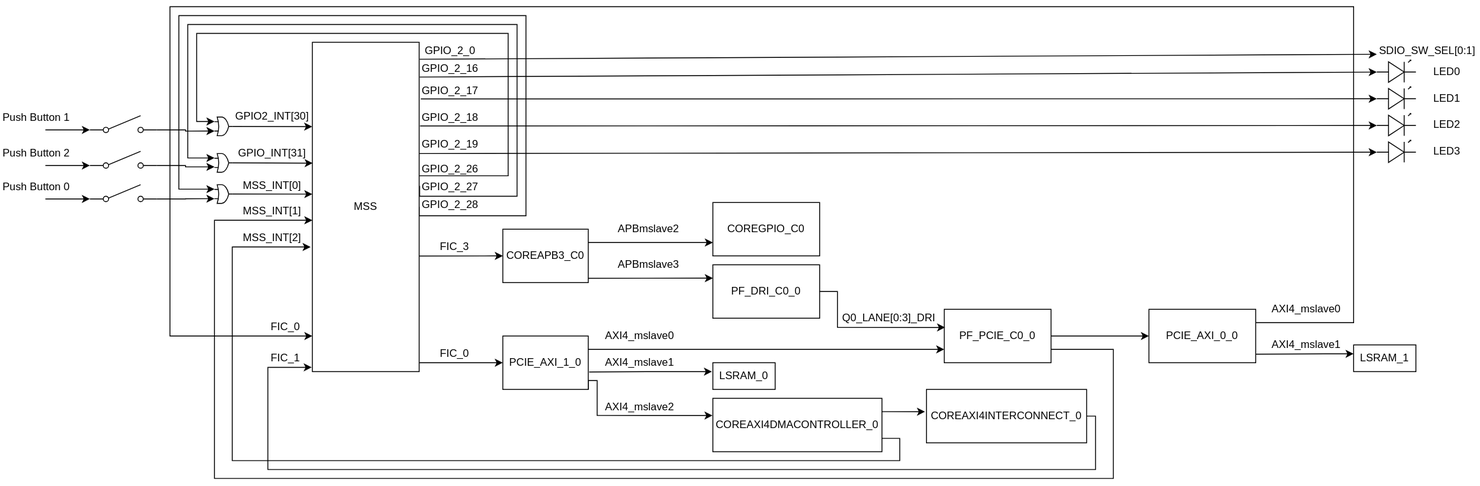
This is block_diagram.svg from polarfire-soc/icicle-kit-reference-design, a draw.io export, as it was before one commit. Source tidied: cells renumbered, new cells last; positions are measured from the earlier drawing's top-left corner, leaving out a move shared by most shapes.
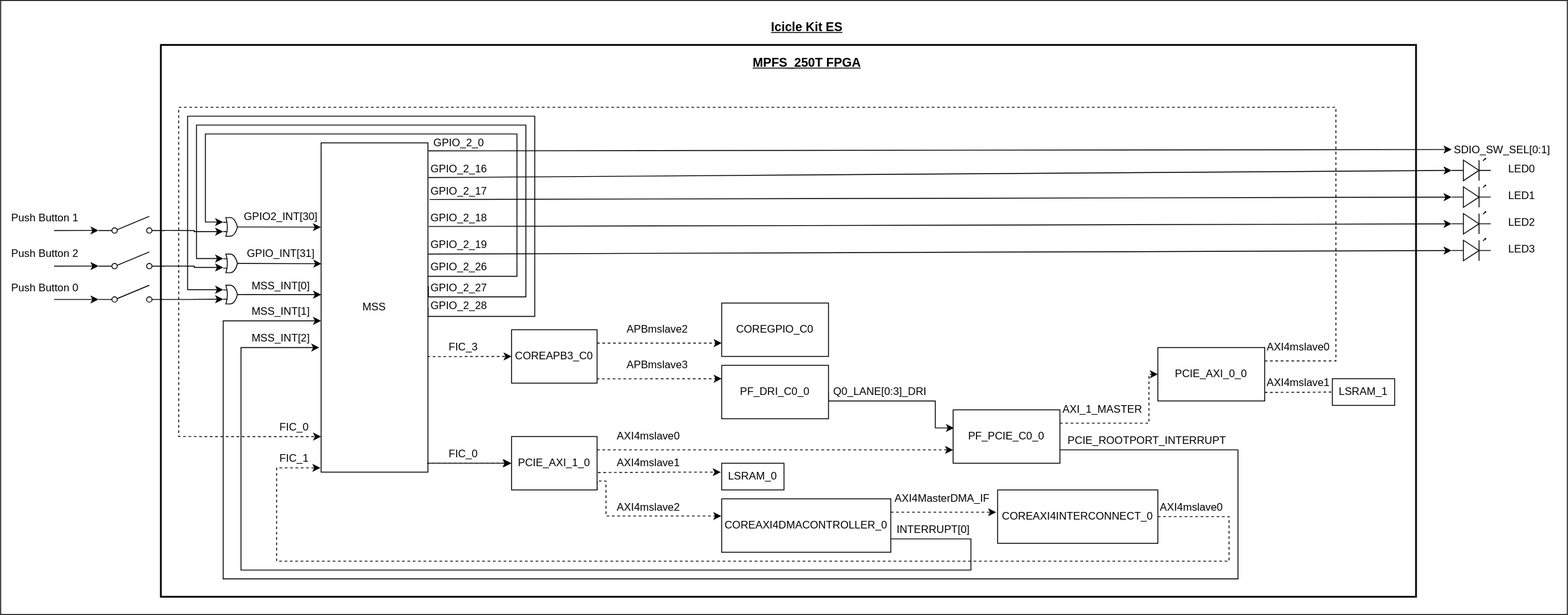
The same diagram one commit later.

Commit message:
Updated block diagram signal names and added border for SoC FPGA and board

What changed in the source:
```diff
@@ -4,2 +4,8 @@
     <mxCell id="1" parent="0" />
+    <mxCell id="89" style="rounded=0;whiteSpace=wrap;html=1;" parent="1" vertex="1">
+      <mxGeometry x="-10" y="-120" width="1760" height="690" as="geometry" />
+    </mxCell>
+    <mxCell id="90" style="rounded=0;whiteSpace=wrap;html=1;strokeWidth=2;" parent="1" vertex="1">
+      <mxGeometry x="170" y="-70" width="1410" height="620" as="geometry" />
+    </mxCell>
     <mxCell id="2" style="edgeStyle=orthogonalEdgeStyle;rounded=0;jettySize=auto;html=1;exitX=1;exitY=0.75;exitDx=0;exitDy=0;entryX=0;entryY=0.5;entryDx=0;entryDy=0;" parent="1" edge="1" target="15">
@@ -9,3 +15,3 @@
     </mxCell>
-    <mxCell id="3" style="edgeStyle=none;rounded=0;jettySize=auto;html=1;entryX=0;entryY=0.5;entryDx=0;entryDy=0;exitX=0.995;exitY=0.649;exitDx=0;exitDy=0;exitPerimeter=0;" parent="1" edge="1" source="11" target="33">
+    <mxCell id="3" style="edgeStyle=none;rounded=0;jettySize=auto;html=1;entryX=0;entryY=0.5;entryDx=0;entryDy=0;exitX=0.995;exitY=0.649;exitDx=0;exitDy=0;exitPerimeter=0;dashed=1;" parent="1" edge="1" source="11" target="33">
       <mxGeometry relative="1" as="geometry" />
@@ -64,6 +70,6 @@
     </mxCell>
-    <mxCell id="12" style="edgeStyle=none;rounded=0;jettySize=auto;html=1;exitX=1;exitY=0.25;exitDx=0;exitDy=0;entryX=0;entryY=0.75;entryDx=0;entryDy=0;" parent="1" edge="1" source="15" target="19">
+    <mxCell id="12" style="edgeStyle=none;rounded=0;jettySize=auto;html=1;exitX=1;exitY=0.25;exitDx=0;exitDy=0;entryX=0;entryY=0.75;entryDx=0;entryDy=0;dashed=1;" parent="1" edge="1" source="15" target="19">
       <mxGeometry relative="1" as="geometry" />
     </mxCell>
-    <mxCell id="13" style="edgeStyle=none;rounded=0;jettySize=auto;html=1;exitX=1.011;exitY=0.674;exitDx=0;exitDy=0;exitPerimeter=0;" parent="1" edge="1" source="15">
+    <mxCell id="13" style="edgeStyle=none;rounded=0;jettySize=auto;html=1;exitX=1.011;exitY=0.674;exitDx=0;exitDy=0;exitPerimeter=0;dashed=1;" parent="1" edge="1" source="15">
       <mxGeometry relative="1" as="geometry">
@@ -75,3 +81,3 @@
     </mxCell>
-    <mxCell id="14" style="edgeStyle=orthogonalEdgeStyle;rounded=0;jettySize=auto;html=1;exitX=1;exitY=1;exitDx=0;exitDy=0;entryX=-0.002;entryY=0.322;entryDx=0;entryDy=0;entryPerimeter=0;" parent="1" edge="1" source="15" target="25">
+    <mxCell id="14" style="edgeStyle=orthogonalEdgeStyle;rounded=0;jettySize=auto;html=1;exitX=1;exitY=1;exitDx=0;exitDy=0;entryX=-0.002;entryY=0.322;entryDx=0;entryDy=0;entryPerimeter=0;dashed=1;" parent="1" edge="1" source="15" target="25">
       <mxGeometry relative="1" as="geometry">
@@ -90,16 +96,21 @@
     </mxCell>
+    <mxCell id="18" style="edgeStyle=orthogonalEdgeStyle;rounded=0;jettySize=auto;html=1;exitX=1;exitY=0.75;exitDx=0;exitDy=0;" parent="1" edge="1" source="19">
+      <mxGeometry relative="1" as="geometry">
+        <mxPoint x="350" y="240" as="targetPoint" />
+        <Array as="points">
+          <mxPoint x="1380" y="385" />
+          <mxPoint x="1380" y="530" />
+          <mxPoint x="240" y="530" />
+          <mxPoint x="240" y="240" />
+        </Array>
+      </mxGeometry>
+    </mxCell>
-    <mxCell id="17" style="edgeStyle=none;rounded=0;jettySize=auto;html=1;exitX=1;exitY=0.5;exitDx=0;exitDy=0;entryX=0;entryY=0.5;entryDx=0;entryDy=0;" parent="1" edge="1" source="19" target="42">
-      <mxGeometry relative="1" as="geometry" />
+    <mxCell id="17" style="edgeStyle=orthogonalEdgeStyle;rounded=0;jettySize=auto;html=1;exitX=1;exitY=0.25;exitDx=0;exitDy=0;entryX=0;entryY=0.5;entryDx=0;entryDy=0;dashed=1;" parent="1" edge="1" source="19" target="42">
+      <mxGeometry relative="1" as="geometry">
+        <Array as="points">
+          <mxPoint x="1280" y="355" />
+          <mxPoint x="1280" y="300" />
+        </Array>
+      </mxGeometry>
     </mxCell>
-    <mxCell id="18" style="edgeStyle=orthogonalEdgeStyle;rounded=0;jettySize=auto;html=1;exitX=1;exitY=0.75;exitDx=0;exitDy=0;" parent="1" edge="1" source="19">
-      <mxGeometry relative="1" as="geometry">
-        <mxPoint x="350" y="240" as="targetPoint" />
-        <Array as="points">
-          <mxPoint x="1250" y="385" />
-          <mxPoint x="1250" y="530" />
-          <mxPoint x="240" y="530" />
-          <mxPoint x="240" y="240" />
-        </Array>
-      </mxGeometry>
-    </mxCell>
     <mxCell id="19" value="PF_PCIE_C0_0" style="rounded=0;whiteSpace=wrap;html=1;" parent="1" vertex="1">
@@ -107,3 +118,3 @@
     </mxCell>
-    <mxCell id="20" value="AXI4_mslave0" style="text;html=1;strokeColor=none;fillColor=none;align=center;verticalAlign=middle;whiteSpace=wrap;rounded=0;" parent="1" vertex="1">
+    <mxCell id="20" value="AXI4mslave0" style="text;html=1;strokeColor=none;fillColor=none;align=center;verticalAlign=middle;whiteSpace=wrap;rounded=0;" parent="1" vertex="1">
       <mxGeometry x="680" y="360" width="76" height="20" as="geometry" />
@@ -113,6 +124,6 @@
     </mxCell>
-    <mxCell id="22" value="AXI4_mslave1" style="text;html=1;strokeColor=none;fillColor=none;align=center;verticalAlign=middle;whiteSpace=wrap;rounded=0;" parent="1" vertex="1">
+    <mxCell id="22" value="AXI4mslave1" style="text;html=1;strokeColor=none;fillColor=none;align=center;verticalAlign=middle;whiteSpace=wrap;rounded=0;" parent="1" vertex="1">
       <mxGeometry x="680" y="390" width="76" height="20" as="geometry" />
     </mxCell>
-    <mxCell id="23" style="edgeStyle=orthogonalEdgeStyle;rounded=0;jettySize=auto;html=1;exitX=1;exitY=0.25;exitDx=0;exitDy=0;entryX=-0.009;entryY=0.417;entryDx=0;entryDy=0;entryPerimeter=0;" parent="1" edge="1" source="25" target="28">
+    <mxCell id="23" style="edgeStyle=orthogonalEdgeStyle;rounded=0;jettySize=auto;html=1;exitX=1;exitY=0.25;exitDx=0;exitDy=0;entryX=-0.009;entryY=0.417;entryDx=0;entryDy=0;entryPerimeter=0;dashed=1;" parent="1" edge="1" source="25" target="28">
       <mxGeometry relative="1" as="geometry" />
@@ -123,5 +134,5 @@
         <Array as="points">
-          <mxPoint x="1010" y="485" />
-          <mxPoint x="1010" y="510" />
-          <mxPoint x="260" y="510" />
+          <mxPoint x="1080" y="485" />
+          <mxPoint x="1080" y="520" />
+          <mxPoint x="260" y="520" />
           <mxPoint x="260" y="270" />
@@ -133,12 +144,12 @@
     </mxCell>
-    <mxCell id="26" value="AXI4_mslave2" style="text;html=1;strokeColor=none;fillColor=none;align=center;verticalAlign=middle;whiteSpace=wrap;rounded=0;" parent="1" vertex="1">
+    <mxCell id="26" value="AXI4mslave2" style="text;html=1;strokeColor=none;fillColor=none;align=center;verticalAlign=middle;whiteSpace=wrap;rounded=0;" parent="1" vertex="1">
       <mxGeometry x="680" y="440" width="76" height="20" as="geometry" />
     </mxCell>
-    <mxCell id="27" style="edgeStyle=orthogonalEdgeStyle;rounded=0;jettySize=auto;html=1;exitX=1;exitY=0.5;exitDx=0;exitDy=0;entryX=-0.006;entryY=0.987;entryDx=0;entryDy=0;entryPerimeter=0;" parent="1" edge="1" source="28" target="11">
+    <mxCell id="27" style="edgeStyle=orthogonalEdgeStyle;rounded=0;jettySize=auto;html=1;exitX=1;exitY=0.5;exitDx=0;exitDy=0;entryX=-0.006;entryY=0.987;entryDx=0;entryDy=0;entryPerimeter=0;dashed=1;" parent="1" edge="1" source="28" target="11">
       <mxGeometry relative="1" as="geometry">
         <Array as="points">
-          <mxPoint x="1230" y="460" />
-          <mxPoint x="1230" y="520" />
-          <mxPoint x="300" y="520" />
-          <mxPoint x="300" y="406" />
+          <mxPoint x="1370" y="460" />
+          <mxPoint x="1370" y="510" />
+          <mxPoint x="300" y="510" />
+          <mxPoint x="300" y="405" />
         </Array>
@@ -147,3 +158,3 @@
     <mxCell id="28" value="COREAXI4INTERCONNECT_0" style="rounded=0;whiteSpace=wrap;html=1;" parent="1" vertex="1">
-      <mxGeometry x="1040" y="430" width="180" height="60" as="geometry" />
+      <mxGeometry x="1110" y="430" width="180" height="60" as="geometry" />
     </mxCell>
@@ -155,6 +166,6 @@
     </mxCell>
-    <mxCell id="31" style="edgeStyle=none;rounded=0;jettySize=auto;html=1;entryX=0;entryY=0.25;entryDx=0;entryDy=0;exitX=0.996;exitY=0.919;exitDx=0;exitDy=0;exitPerimeter=0;" parent="1" edge="1" source="33" target="36">
+    <mxCell id="31" style="edgeStyle=none;rounded=0;jettySize=auto;html=1;entryX=0;entryY=0.25;entryDx=0;entryDy=0;exitX=0.996;exitY=0.919;exitDx=0;exitDy=0;exitPerimeter=0;dashed=1;" parent="1" edge="1" source="33" target="36">
       <mxGeometry relative="1" as="geometry" />
     </mxCell>
-    <mxCell id="32" style="edgeStyle=none;rounded=0;jettySize=auto;html=1;exitX=1;exitY=0.25;exitDx=0;exitDy=0;entryX=0;entryY=0.75;entryDx=0;entryDy=0;" parent="1" edge="1" source="33" target="39">
+    <mxCell id="32" style="edgeStyle=none;rounded=0;jettySize=auto;html=1;exitX=1;exitY=0.25;exitDx=0;exitDy=0;entryX=0;entryY=0.75;entryDx=0;entryDy=0;dashed=1;" parent="1" edge="1" source="33" target="39">
       <mxGeometry relative="1" as="geometry" />
@@ -170,4 +181,5 @@
         <Array as="points">
-          <mxPoint x="940" y="320" />
-          <mxPoint x="940" y="360" />
+          <mxPoint x="920" y="330" />
+          <mxPoint x="1040" y="330" />
+          <mxPoint x="1040" y="360" />
         </Array>
@@ -182,3 +194,3 @@
     <mxCell id="38" value="Q0_LANE[0:3]_DRI" style="text;html=1;strokeColor=none;fillColor=none;align=center;verticalAlign=middle;whiteSpace=wrap;rounded=0;" parent="1" vertex="1">
-      <mxGeometry x="960" y="340" width="76" height="20" as="geometry" />
+      <mxGeometry x="940" y="310" width="76" height="20" as="geometry" />
     </mxCell>
@@ -190,21 +202,8 @@
     </mxCell>
-    <mxCell id="41" style="edgeStyle=orthogonalEdgeStyle;rounded=0;jettySize=auto;html=1;exitX=1;exitY=0.25;exitDx=0;exitDy=0;" parent="1" edge="1" source="42" target="11">
-      <mxGeometry relative="1" as="geometry">
-        <Array as="points">
-          <mxPoint x="1520" y="355" />
-          <mxPoint x="1520" />
-          <mxPoint x="190" />
-          <mxPoint x="190" y="370" />
-        </Array>
-      </mxGeometry>
-    </mxCell>
-    <mxCell id="42" value="PCIE_AXI_0_0" style="rounded=0;whiteSpace=wrap;html=1;" parent="1" vertex="1">
-      <mxGeometry x="1290" y="340" width="120" height="60" as="geometry" />
-    </mxCell>
-    <mxCell id="43" style="edgeStyle=none;rounded=0;orthogonalLoop=1;jettySize=auto;html=1;exitX=1.011;exitY=0.674;exitDx=0;exitDy=0;exitPerimeter=0;" parent="1" edge="1">
+    <mxCell id="43" style="edgeStyle=none;rounded=0;orthogonalLoop=1;jettySize=auto;html=1;exitX=1.011;exitY=0.674;exitDx=0;exitDy=0;exitPerimeter=0;dashed=1;" parent="1" edge="1">
       <mxGeometry relative="1" as="geometry">
-        <mxPoint x="1410" y="390.4" as="sourcePoint" />
-        <mxPoint x="1520" y="390" as="targetPoint" />
+        <mxPoint x="1410" y="320.4" as="sourcePoint" />
+        <mxPoint x="1520" y="320" as="targetPoint" />
         <Array as="points">
-          <mxPoint x="1488.9" y="390" />
+          <mxPoint x="1488.9" y="320" />
         </Array>
@@ -213,10 +212,7 @@
     <mxCell id="44" value="LSRAM_1" style="rounded=0;whiteSpace=wrap;html=1;" parent="1" vertex="1">
-      <mxGeometry x="1520" y="380" width="70" height="30" as="geometry" />
+      <mxGeometry x="1486" y="305" width="70" height="30" as="geometry" />
     </mxCell>
-    <mxCell id="45" value="AXI4_mslave1" style="text;html=1;strokeColor=none;fillColor=none;align=center;verticalAlign=middle;whiteSpace=wrap;rounded=0;" parent="1" vertex="1">
-      <mxGeometry x="1428.9" y="370" width="76" height="20" as="geometry" />
+    <mxCell id="45" value="AXI4mslave1" style="text;html=1;strokeColor=none;fillColor=none;align=center;verticalAlign=middle;whiteSpace=wrap;rounded=0;" parent="1" vertex="1">
+      <mxGeometry x="1410" y="300" width="76" height="20" as="geometry" />
     </mxCell>
-    <mxCell id="46" value="AXI4_mslave0" style="text;html=1;strokeColor=none;fillColor=none;align=center;verticalAlign=middle;whiteSpace=wrap;rounded=0;" parent="1" vertex="1">
-      <mxGeometry x="1428.9" y="330" width="76" height="20" as="geometry" />
-    </mxCell>
     <mxCell id="47" value="FIC_0" style="text;html=1;strokeColor=none;fillColor=none;align=center;verticalAlign=middle;whiteSpace=wrap;rounded=0;" parent="1" vertex="1">
@@ -225,12 +221,12 @@
     <mxCell id="48" style="verticalLabelPosition=bottom;shadow=0;dashed=0;align=center;html=1;verticalAlign=top;shape=mxgraph.electrical.opto_electronics.led_1;" parent="1" vertex="1">
-      <mxGeometry x="1546" y="60" width="44" height="25" as="geometry" />
+      <mxGeometry x="1620" y="57.5" width="44" height="25" as="geometry" />
     </mxCell>
     <mxCell id="49" style="verticalLabelPosition=bottom;shadow=0;dashed=0;align=center;html=1;verticalAlign=top;shape=mxgraph.electrical.opto_electronics.led_1;" parent="1" vertex="1">
-      <mxGeometry x="1546" y="90" width="44" height="25" as="geometry" />
+      <mxGeometry x="1620" y="87.5" width="44" height="25" as="geometry" />
     </mxCell>
     <mxCell id="50" style="verticalLabelPosition=bottom;shadow=0;dashed=0;align=center;html=1;verticalAlign=top;shape=mxgraph.electrical.opto_electronics.led_1;" parent="1" vertex="1">
-      <mxGeometry x="1546" y="120" width="44" height="25" as="geometry" />
+      <mxGeometry x="1620" y="117.5" width="44" height="25" as="geometry" />
     </mxCell>
     <mxCell id="51" style="verticalLabelPosition=bottom;shadow=0;dashed=0;align=center;html=1;verticalAlign=top;shape=mxgraph.electrical.opto_electronics.led_1;" parent="1" vertex="1">
-      <mxGeometry x="1546" y="150" width="44" height="25" as="geometry" />
+      <mxGeometry x="1620" y="147.5" width="44" height="25" as="geometry" />
     </mxCell>
@@ -249,12 +245,12 @@
     <mxCell id="56" value="LED0" style="text;html=1;strokeColor=none;fillColor=none;align=center;verticalAlign=middle;whiteSpace=wrap;rounded=0;" parent="1" vertex="1">
-      <mxGeometry x="1590" y="62.5" width="70" height="20" as="geometry" />
+      <mxGeometry x="1664" y="60" width="70" height="20" as="geometry" />
     </mxCell>
     <mxCell id="57" value="LED1" style="text;html=1;strokeColor=none;fillColor=none;align=center;verticalAlign=middle;whiteSpace=wrap;rounded=0;" parent="1" vertex="1">
-      <mxGeometry x="1590" y="92.5" width="70" height="20" as="geometry" />
+      <mxGeometry x="1664" y="90" width="70" height="20" as="geometry" />
     </mxCell>
     <mxCell id="58" value="LED2" style="text;html=1;strokeColor=none;fillColor=none;align=center;verticalAlign=middle;whiteSpace=wrap;rounded=0;" parent="1" vertex="1">
-      <mxGeometry x="1590" y="122.5" width="70" height="20" as="geometry" />
+      <mxGeometry x="1664" y="120" width="70" height="20" as="geometry" />
     </mxCell>
     <mxCell id="59" value="LED3" style="text;html=1;strokeColor=none;fillColor=none;align=center;verticalAlign=middle;whiteSpace=wrap;rounded=0;" parent="1" vertex="1">
-      <mxGeometry x="1590" y="152.5" width="70" height="20" as="geometry" />
+      <mxGeometry x="1664" y="150" width="70" height="20" as="geometry" />
     </mxCell>
@@ -270,3 +266,3 @@
     <mxCell id="63" value="GPIO_2_26" style="text;html=1;strokeColor=none;fillColor=none;align=center;verticalAlign=middle;whiteSpace=wrap;rounded=0;" parent="1" vertex="1">
-      <mxGeometry x="470" y="172.5" width="70" height="20" as="geometry" />
+      <mxGeometry x="470" y="170" width="70" height="20" as="geometry" />
     </mxCell>
@@ -346,13 +342,54 @@
     </mxCell>
-    <mxCell id="86" style="edgeStyle=none;rounded=0;jettySize=auto;html=1;exitX=0.008;exitY=0.952;exitDx=0;exitDy=0;entryX=0;entryY=0.54;entryDx=0;entryDy=0;entryPerimeter=0;exitPerimeter=0;" parent="1" edge="1" source="87">
-      <mxGeometry relative="1" as="geometry">
-        <mxPoint x="1546" y="53.5" as="targetPoint" />
-      </mxGeometry>
+    <mxCell id="86" style="edgeStyle=none;rounded=0;jettySize=auto;html=1;exitX=0.008;exitY=0.952;exitDx=0;exitDy=0;exitPerimeter=0;entryX=0;entryY=0.5;entryDx=0;entryDy=0;" parent="1" edge="1" source="87" target="88">
+      <mxGeometry relative="1" as="geometry" />
     </mxCell>
     <mxCell id="87" value="GPIO_2_0" style="text;html=1;strokeColor=none;fillColor=none;align=center;verticalAlign=middle;whiteSpace=wrap;rounded=0;" parent="1" vertex="1">
-      <mxGeometry x="470" y="40" width="70" height="20" as="geometry" />
+      <mxGeometry x="470" y="30" width="70" height="20" as="geometry" />
     </mxCell>
     <mxCell id="88" value="SDIO_SW_SEL[0:1]" style="text;html=1;strokeColor=none;fillColor=none;align=center;verticalAlign=middle;whiteSpace=wrap;rounded=0;" parent="1" vertex="1">
-      <mxGeometry x="1546" y="40" width="114" height="20" as="geometry" />
+      <mxGeometry x="1620" y="37.5" width="114" height="20" as="geometry" />
     </mxCell>
+    <mxCell id="91" value="AXI_1_MASTER" style="text;html=1;strokeColor=none;fillColor=none;align=center;verticalAlign=middle;whiteSpace=wrap;rounded=0;" parent="1" vertex="1">
+      <mxGeometry x="1190" y="330" width="76" height="20" as="geometry" />
+    </mxCell>
+    <mxCell id="92" value="PCIE_ROOTPORT_INTERRUPT&lt;span style=&quot;color: rgba(0 , 0 , 0 , 0) ; font-family: monospace ; font-size: 0px&quot;&gt;%3CmxGraphModel%3E%3Croot%3E%3CmxCell%20id%3D%220%22%2F%3E%3CmxCell%20id%3D%221%22%20parent%3D%220%22%2F%3E%3CmxCell%20id%3D%222%22%20value%3D%22AXI_1_MASTER%22%20style%3D%22text%3Bhtml%3D1%3BstrokeColor%3Dnone%3BfillColor%3Dnone%3Balign%3Dcenter%3BverticalAlign%3Dmiddle%3BwhiteSpace%3Dwrap%3Brounded%3D0%3B%22%20vertex%3D%221%22%20parent%3D%221%22%3E%3CmxGeometry%20x%3D%221040%22%20y%3D%22430%22%20width%3D%2276%22%20height%3D%2220%22%20as%3D%22geometry%22%2F%3E%3C%2FmxCell%3E%3C%2Froot%3E%3C%2FmxGraphModel%OOT&lt;/span&gt;" style="text;html=1;strokeColor=none;fillColor=none;align=center;verticalAlign=middle;whiteSpace=wrap;rounded=0;" parent="1" vertex="1">
+      <mxGeometry x="1240" y="365" width="76" height="20" as="geometry" />
+    </mxCell>
+    <mxCell id="41" style="edgeStyle=orthogonalEdgeStyle;rounded=0;jettySize=auto;html=1;exitX=1;exitY=0.25;exitDx=0;exitDy=0;entryX=0;entryY=0.892;entryDx=0;entryDy=0;entryPerimeter=0;dashed=1;" parent="1" edge="1" source="42" target="11">
+      <mxGeometry relative="1" as="geometry">
+        <Array as="points">
+          <mxPoint x="1490" y="285" />
+          <mxPoint x="1490" />
+          <mxPoint x="190" />
+          <mxPoint x="190" y="370" />
+        </Array>
+      </mxGeometry>
+    </mxCell>
+    <mxCell id="42" value="PCIE_AXI_0_0" style="rounded=0;whiteSpace=wrap;html=1;" parent="1" vertex="1">
+      <mxGeometry x="1290" y="270" width="120" height="60" as="geometry" />
+    </mxCell>
+    <mxCell id="93" value="AXI4mslave0" style="text;html=1;strokeColor=none;fillColor=none;align=center;verticalAlign=middle;whiteSpace=wrap;rounded=0;" parent="1" vertex="1">
+      <mxGeometry x="1410" y="260" width="76" height="20" as="geometry" />
+    </mxCell>
+    <mxCell id="94" value="AXI4MasterDMA_IF" style="text;html=1;strokeColor=none;fillColor=none;align=center;verticalAlign=middle;whiteSpace=wrap;rounded=0;" parent="1" vertex="1">
+      <mxGeometry x="1010" y="430" width="76" height="20" as="geometry" />
+    </mxCell>
+    <mxCell id="95" value="INTERRUPT[0]" style="text;html=1;strokeColor=none;fillColor=none;align=center;verticalAlign=middle;whiteSpace=wrap;rounded=0;" parent="1" vertex="1">
+      <mxGeometry x="1000" y="465" width="76" height="20" as="geometry" />
+    </mxCell>
+    <mxCell id="96" value="AXI4mslave0" style="text;html=1;strokeColor=none;fillColor=none;align=center;verticalAlign=middle;whiteSpace=wrap;rounded=0;" parent="1" vertex="1">
+      <mxGeometry x="1290" y="440" width="76" height="20" as="geometry" />
+    </mxCell>
+    <mxCell id="97" style="edgeStyle=orthogonalEdgeStyle;rounded=0;orthogonalLoop=1;jettySize=auto;html=1;exitX=1;exitY=0.75;exitDx=0;exitDy=0;entryX=0;entryY=0.5;entryDx=0;entryDy=0;dashed=1;" parent="1" edge="1">
+      <mxGeometry relative="1" as="geometry">
+        <mxPoint x="469" y="400" as="sourcePoint" />
+        <mxPoint x="563" y="400" as="targetPoint" />
+      </mxGeometry>
+    </mxCell>
+    <mxCell id="98" value="MPFS_250T FPGA" style="text;html=1;strokeColor=none;fillColor=none;align=center;verticalAlign=middle;whiteSpace=wrap;rounded=0;fontSize=14;fontStyle=5;" parent="1" vertex="1">
+      <mxGeometry x="822" y="-60" width="148" height="20" as="geometry" />
+    </mxCell>
+    <mxCell id="99" value="Icicle Kit ES" style="text;html=1;strokeColor=none;fillColor=none;align=center;verticalAlign=middle;whiteSpace=wrap;rounded=0;fontSize=14;fontStyle=5;" parent="1" vertex="1">
+      <mxGeometry x="822" y="-100" width="148" height="20" as="geometry" />
+    </mxCell>
   </root>
```
